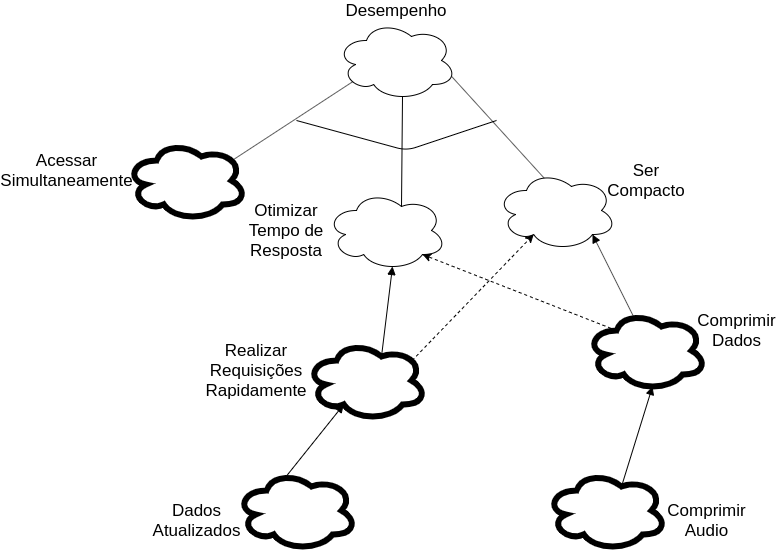
This is docs/img/DesempenhoDesal.png from Requisitos-de-Software/2019.2-Audible, a draw.io export, as it was before one commit. Source tidied: cells renumbered, new cells last; positions are measured from the earlier drawing's top-left corner, leaving out a move shared by most shapes. Source of this version:
```xml
<mxGraphModel>
  <root>
    <mxCell id="0" />
    <mxCell id="1" parent="0" />
    <mxCell id="2" style="edgeStyle=none;rounded=0;jettySize=auto;html=1;exitX=0.13;exitY=0.77;exitDx=0;exitDy=0;exitPerimeter=0;entryX=0.88;entryY=0.25;entryDx=0;entryDy=0;entryPerimeter=0;startArrow=none;startFill=0;endArrow=none;endFill=0;strokeColor=#000000;fontSize=17;" parent="1" edge="1" source="5" target="8">
      <mxGeometry relative="1" as="geometry" />
    </mxCell>
    <mxCell id="3" style="edgeStyle=none;rounded=0;jettySize=auto;html=1;exitX=0.96;exitY=0.7;exitDx=0;exitDy=0;exitPerimeter=0;entryX=0.4;entryY=0.1;entryDx=0;entryDy=0;entryPerimeter=0;startArrow=none;startFill=0;endArrow=none;endFill=0;strokeColor=#000000;fontSize=17;" parent="1" edge="1" source="5" target="7">
      <mxGeometry relative="1" as="geometry" />
    </mxCell>
    <mxCell id="4" style="edgeStyle=none;rounded=0;jettySize=auto;html=1;exitX=0.55;exitY=0.95;exitDx=0;exitDy=0;exitPerimeter=0;entryX=0.625;entryY=0.2;entryDx=0;entryDy=0;entryPerimeter=0;startArrow=none;startFill=0;endArrow=none;endFill=0;strokeColor=#000000;fontSize=17;" parent="1" edge="1" source="5" target="6">
      <mxGeometry relative="1" as="geometry" />
    </mxCell>
    <mxCell id="5" style="ellipse;shape=cloud;whiteSpace=wrap;html=1;labelBackgroundColor=none;fillColor=#FFFFFF;fontSize=24;" parent="1" vertex="1">
      <mxGeometry x="290" y="20" width="120" height="80" as="geometry" />
    </mxCell>
    <mxCell id="6" style="ellipse;shape=cloud;whiteSpace=wrap;html=1;labelBackgroundColor=none;fillColor=#FFFFFF;fontSize=24;" parent="1" vertex="1">
      <mxGeometry x="280" y="190" width="120" height="80" as="geometry" />
    </mxCell>
    <mxCell id="7" style="ellipse;shape=cloud;whiteSpace=wrap;html=1;labelBackgroundColor=none;fillColor=#FFFFFF;fontSize=24;" parent="1" vertex="1">
      <mxGeometry x="450" y="170" width="120" height="80" as="geometry" />
    </mxCell>
    <mxCell id="8" style="ellipse;shape=cloud;whiteSpace=wrap;html=1;labelBackgroundColor=none;fillColor=#FFFFFF;fontSize=24;strokeWidth=6;" parent="1" vertex="1">
      <mxGeometry x="80" y="140" width="120" height="80" as="geometry" />
    </mxCell>
    <mxCell id="9" style="edgeStyle=none;rounded=0;jettySize=auto;html=1;exitX=0.625;exitY=0.2;exitDx=0;exitDy=0;exitPerimeter=0;entryX=0.55;entryY=0.95;entryDx=0;entryDy=0;entryPerimeter=0;startArrow=none;startFill=0;endArrow=block;endFill=1;strokeColor=#000000;fontSize=17;" parent="1" edge="1" source="11" target="6">
      <mxGeometry relative="1" as="geometry" />
    </mxCell>
    <mxCell id="10" style="rounded=0;jettySize=auto;html=1;exitX=0.88;exitY=0.25;exitDx=0;exitDy=0;exitPerimeter=0;entryX=0.31;entryY=0.8;entryDx=0;entryDy=0;entryPerimeter=0;strokeWidth=1;fontSize=21;dashed=1;" parent="1" edge="1" source="11" target="7">
      <mxGeometry relative="1" as="geometry" />
    </mxCell>
    <mxCell id="11" style="ellipse;shape=cloud;whiteSpace=wrap;html=1;labelBackgroundColor=none;fillColor=#FFFFFF;fontSize=24;strokeWidth=6;" parent="1" vertex="1">
      <mxGeometry x="260" y="340" width="120" height="80" as="geometry" />
    </mxCell>
    <mxCell id="12" style="edgeStyle=none;rounded=0;jettySize=auto;html=1;exitX=0.4;exitY=0.1;exitDx=0;exitDy=0;exitPerimeter=0;entryX=0.31;entryY=0.8;entryDx=0;entryDy=0;entryPerimeter=0;startArrow=none;startFill=0;endArrow=block;endFill=1;strokeColor=#000000;fontSize=17;" parent="1" edge="1" source="13" target="11">
      <mxGeometry relative="1" as="geometry" />
    </mxCell>
    <mxCell id="13" style="ellipse;shape=cloud;whiteSpace=wrap;html=1;labelBackgroundColor=none;fillColor=#FFFFFF;fontSize=24;strokeWidth=6;" parent="1" vertex="1">
      <mxGeometry x="190" y="470" width="120" height="80" as="geometry" />
    </mxCell>
    <mxCell id="14" value="Desempenho" style="text;html=1;strokeColor=none;fillColor=none;align=center;verticalAlign=middle;whiteSpace=wrap;rounded=0;labelBackgroundColor=none;fontSize=17;" parent="1" vertex="1">
      <mxGeometry x="330" width="40" height="20" as="geometry" />
    </mxCell>
    <mxCell id="15" value="Acessar Simultaneamente" style="text;html=1;strokeColor=none;fillColor=none;align=center;verticalAlign=middle;whiteSpace=wrap;rounded=0;labelBackgroundColor=none;fontSize=17;" parent="1" vertex="1">
      <mxGeometry y="160" width="40" height="20" as="geometry" />
    </mxCell>
    <mxCell id="16" value="Otimizar Tempo de Resposta" style="text;html=1;strokeColor=none;fillColor=none;align=center;verticalAlign=middle;whiteSpace=wrap;rounded=0;labelBackgroundColor=none;fontSize=17;" parent="1" vertex="1">
      <mxGeometry x="180" y="220" width="120" height="20" as="geometry" />
    </mxCell>
    <mxCell id="17" value="Ser Compacto" style="text;html=1;strokeColor=none;fillColor=none;align=center;verticalAlign=middle;whiteSpace=wrap;rounded=0;labelBackgroundColor=none;fontSize=17;" parent="1" vertex="1">
      <mxGeometry x="580" y="170" width="40" height="20" as="geometry" />
    </mxCell>
    <mxCell id="18" style="edgeStyle=none;rounded=0;orthogonalLoop=1;jettySize=auto;html=1;exitX=0.75;exitY=1;exitDx=0;exitDy=0;startArrow=none;startFill=0;endArrow=none;endFill=0;strokeColor=#000000;fontSize=17;" parent="1" edge="1" source="15" target="15">
      <mxGeometry relative="1" as="geometry" />
    </mxCell>
    <mxCell id="19" value="Realizar Requisições Rapidamente" style="text;html=1;strokeColor=none;fillColor=none;align=center;verticalAlign=middle;whiteSpace=wrap;rounded=0;labelBackgroundColor=none;fontSize=17;" parent="1" vertex="1">
      <mxGeometry x="190" y="360" width="40" height="20" as="geometry" />
    </mxCell>
    <mxCell id="20" value="Dados Atualizados" style="text;html=1;strokeColor=none;fillColor=none;align=center;verticalAlign=middle;whiteSpace=wrap;rounded=0;labelBackgroundColor=none;fontSize=17;" parent="1" vertex="1">
      <mxGeometry x="130" y="510" width="40" height="20" as="geometry" />
    </mxCell>
    <mxCell id="21" style="edgeStyle=none;rounded=0;jettySize=auto;html=1;exitX=0.4;exitY=0.1;exitDx=0;exitDy=0;exitPerimeter=0;entryX=0.8;entryY=0.8;entryDx=0;entryDy=0;entryPerimeter=0;startArrow=none;startFill=0;endArrow=block;endFill=1;strokeColor=#000000;fontSize=17;" parent="1" edge="1" source="23" target="7">
      <mxGeometry relative="1" as="geometry" />
    </mxCell>
    <mxCell id="22" style="edgeStyle=none;rounded=0;jettySize=auto;html=1;exitX=0.25;exitY=0.25;exitDx=0;exitDy=0;exitPerimeter=0;entryX=0.8;entryY=0.8;entryDx=0;entryDy=0;entryPerimeter=0;dashed=1;strokeWidth=1;fontSize=21;" parent="1" edge="1" source="23" target="6">
      <mxGeometry relative="1" as="geometry" />
    </mxCell>
    <mxCell id="23" style="ellipse;shape=cloud;whiteSpace=wrap;html=1;labelBackgroundColor=none;fillColor=#FFFFFF;fontSize=17;strokeWidth=6;" parent="1" vertex="1">
      <mxGeometry x="540" y="310" width="120" height="80" as="geometry" />
    </mxCell>
    <mxCell id="24" style="edgeStyle=none;rounded=0;jettySize=auto;html=1;exitX=0.625;exitY=0.2;exitDx=0;exitDy=0;exitPerimeter=0;entryX=0.55;entryY=0.95;entryDx=0;entryDy=0;entryPerimeter=0;startArrow=none;startFill=0;endArrow=block;endFill=1;strokeColor=#000000;fontSize=17;" parent="1" edge="1" source="25" target="23">
      <mxGeometry relative="1" as="geometry" />
    </mxCell>
    <mxCell id="25" style="ellipse;shape=cloud;whiteSpace=wrap;html=1;labelBackgroundColor=none;fillColor=#FFFFFF;fontSize=17;strokeWidth=6;" parent="1" vertex="1">
      <mxGeometry x="500" y="470" width="120" height="80" as="geometry" />
    </mxCell>
    <mxCell id="26" value="Comprimir Dados" style="text;html=1;strokeColor=none;fillColor=none;align=center;verticalAlign=middle;whiteSpace=wrap;rounded=0;labelBackgroundColor=none;fontSize=17;" parent="1" vertex="1">
      <mxGeometry x="670" y="320" width="40" height="20" as="geometry" />
    </mxCell>
    <mxCell id="27" value="Comprimir Audio" style="text;html=1;strokeColor=none;fillColor=none;align=center;verticalAlign=middle;whiteSpace=wrap;rounded=0;labelBackgroundColor=none;fontSize=17;" parent="1" vertex="1">
      <mxGeometry x="640" y="510" width="40" height="20" as="geometry" />
    </mxCell>
    <mxCell id="28" style="endArrow=none;html=1;strokeColor=#000000;fontSize=17;" parent="1" edge="1">
      <mxGeometry relative="1" as="geometry">
        <mxPoint x="250" y="120" as="sourcePoint" />
        <mxPoint x="450" y="120" as="targetPoint" />
        <Array as="points">
          <mxPoint x="360" y="150" />
        </Array>
      </mxGeometry>
    </mxCell>
  </root>
</mxGraphModel>
```
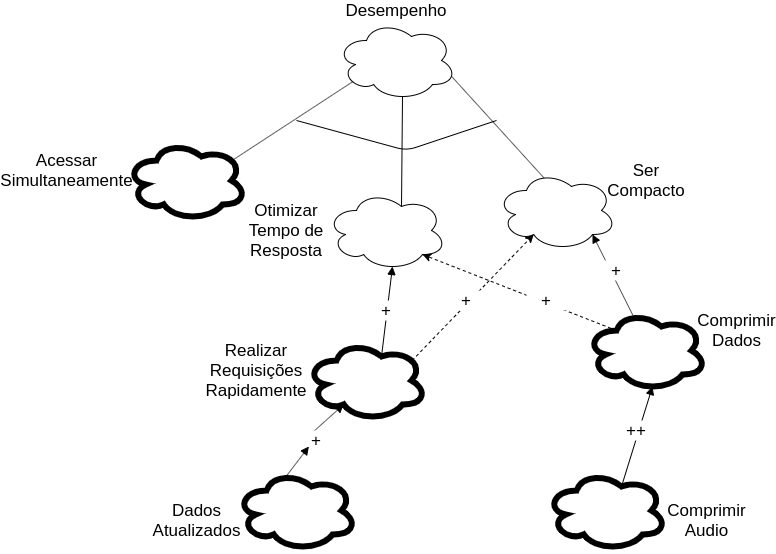
After the change.

The edit, as a diff of the source:
```diff
@@ -32,7 +32,7 @@
     <mxCell id="11" style="ellipse;shape=cloud;whiteSpace=wrap;html=1;labelBackgroundColor=none;fillColor=#FFFFFF;fontSize=24;strokeWidth=6;" parent="1" vertex="1">
       <mxGeometry x="260" y="340" width="120" height="80" as="geometry" />
     </mxCell>
-    <mxCell id="12" style="edgeStyle=none;rounded=0;jettySize=auto;html=1;exitX=0.4;exitY=0.1;exitDx=0;exitDy=0;exitPerimeter=0;entryX=0.31;entryY=0.8;entryDx=0;entryDy=0;entryPerimeter=0;startArrow=none;startFill=0;endArrow=block;endFill=1;strokeColor=#000000;fontSize=17;" parent="1" edge="1" source="13" target="11">
+    <mxCell id="12" style="edgeStyle=none;rounded=0;jettySize=auto;html=1;exitX=0.4;exitY=0.1;exitDx=0;exitDy=0;exitPerimeter=0;entryX=0.31;entryY=0.8;entryDx=0;entryDy=0;entryPerimeter=0;startArrow=none;startFill=0;endArrow=block;endFill=1;strokeColor=#000000;fontSize=17;" parent="1" edge="1" source="34" target="11">
       <mxGeometry relative="1" as="geometry" />
     </mxCell>
     <mxCell id="13" style="ellipse;shape=cloud;whiteSpace=wrap;html=1;labelBackgroundColor=none;fillColor=#FFFFFF;fontSize=24;strokeWidth=6;" parent="1" vertex="1">
@@ -89,5 +89,26 @@
         </Array>
       </mxGeometry>
     </mxCell>
+    <mxCell id="29" value="+" style="text;html=1;strokeColor=none;fillColor=#ffffff;align=center;verticalAlign=middle;whiteSpace=wrap;rounded=0;fontSize=17;" parent="1" vertex="1">
+      <mxGeometry x="400" y="290" width="40" height="20" as="geometry" />
+    </mxCell>
+    <mxCell id="30" value="+" style="text;html=1;strokeColor=none;fillColor=#ffffff;align=center;verticalAlign=middle;whiteSpace=wrap;rounded=0;fontSize=17;" parent="1" vertex="1">
+      <mxGeometry x="480" y="290" width="40" height="20" as="geometry" />
+    </mxCell>
+    <mxCell id="31" value="+" style="text;html=1;strokeColor=none;fillColor=#ffffff;align=center;verticalAlign=middle;whiteSpace=wrap;rounded=0;fontSize=17;" parent="1" vertex="1">
+      <mxGeometry x="550" y="260" width="40" height="20" as="geometry" />
+    </mxCell>
+    <mxCell id="32" value="++" style="text;html=1;strokeColor=none;fillColor=#ffffff;align=center;verticalAlign=middle;whiteSpace=wrap;rounded=0;fontSize=17;" parent="1" vertex="1">
+      <mxGeometry x="570" y="420" width="40" height="20" as="geometry" />
+    </mxCell>
+    <mxCell id="33" value="+" style="text;html=1;strokeColor=none;fillColor=#ffffff;align=center;verticalAlign=middle;whiteSpace=wrap;rounded=0;fontSize=17;" parent="1" vertex="1">
+      <mxGeometry x="320" y="300" width="40" height="20" as="geometry" />
+    </mxCell>
+    <mxCell id="34" value="+" style="text;html=1;strokeColor=none;fillColor=#ffffff;align=center;verticalAlign=middle;whiteSpace=wrap;rounded=0;fontSize=17;" parent="1" vertex="1">
+      <mxGeometry x="250" y="430" width="40" height="20" as="geometry" />
+    </mxCell>
+    <mxCell id="35" style="edgeStyle=none;rounded=0;jettySize=auto;html=1;exitX=0.4;exitY=0.1;exitDx=0;exitDy=0;exitPerimeter=0;entryX=0.31;entryY=0.8;entryDx=0;entryDy=0;entryPerimeter=0;startArrow=none;startFill=0;endArrow=block;endFill=1;strokeColor=#000000;fontSize=17;" parent="1" edge="1" source="13" target="34">
+      <mxGeometry relative="1" as="geometry" />
+    </mxCell>
   </root>
 </mxGraphModel>
```
